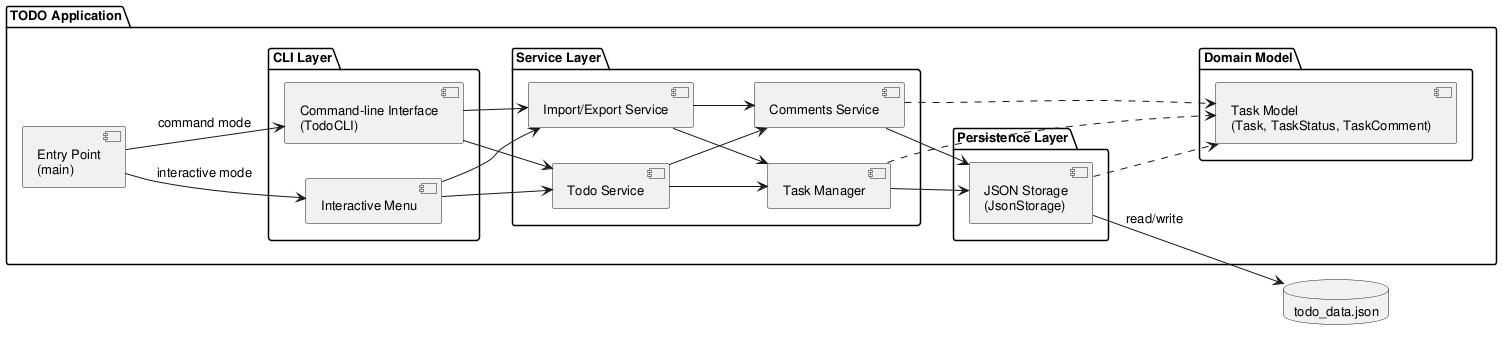
The PlantUML diagram experiments/broadcast/user_stories/TODO/artifacts/component_diagram.png in DanielRiha8906/Software_autoevolution_using_agents, before a commit.
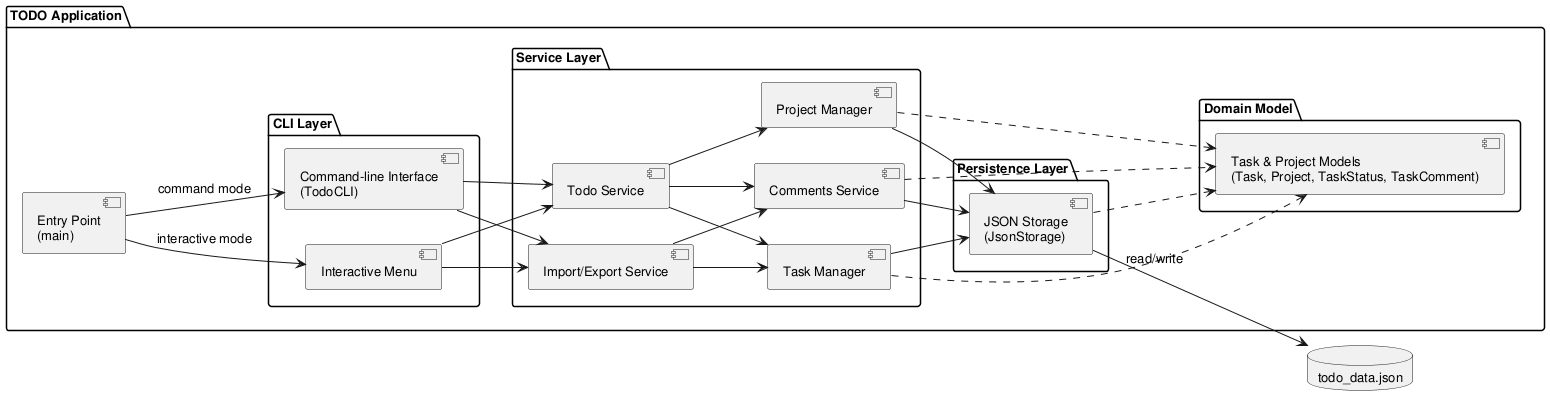
After the change.

Change to the diagram source:
```diff
@@ -18,11 +18,12 @@
         component "Todo Service" as SVC
         component "Task Manager" as MGR
         component "Comments Service" as CSVC
+        component "Project Manager" as PMGR
         component "Import/Export Service" as IES
     }
 
     package "Domain Model" {
-        component "Task Model\n(Task, TaskStatus, TaskComment)" as Model
+        component "Task & Project Models\n(Task, Project, TaskStatus, TaskComment)" as Model
     }
 
     package "Persistence Layer" {
@@ -42,12 +43,15 @@
 
 SVC --> MGR
 SVC --> CSVC
+SVC --> PMGR
 IES --> MGR
 IES --> CSVC
 MGR --> Storage
 CSVC --> Storage
+PMGR --> Storage
 MGR ..> Model
 CSVC ..> Model
+PMGR ..> Model
 Storage ..> Model
 
 Storage --> DB : read/write
```
